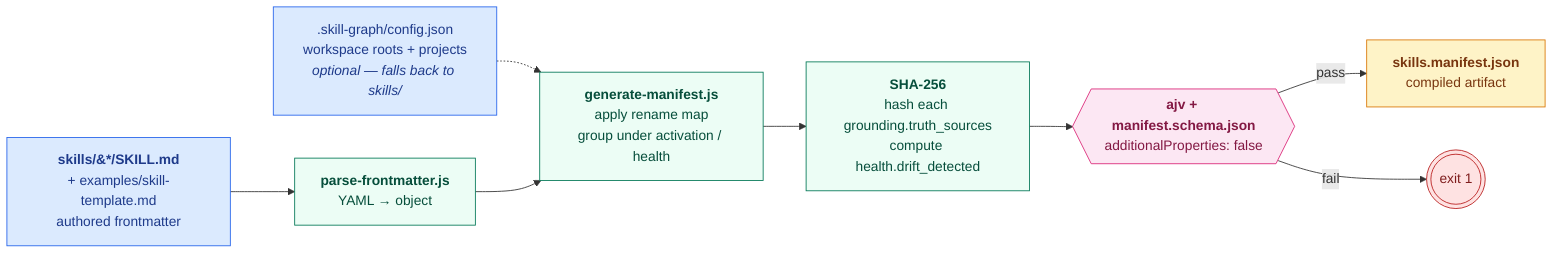
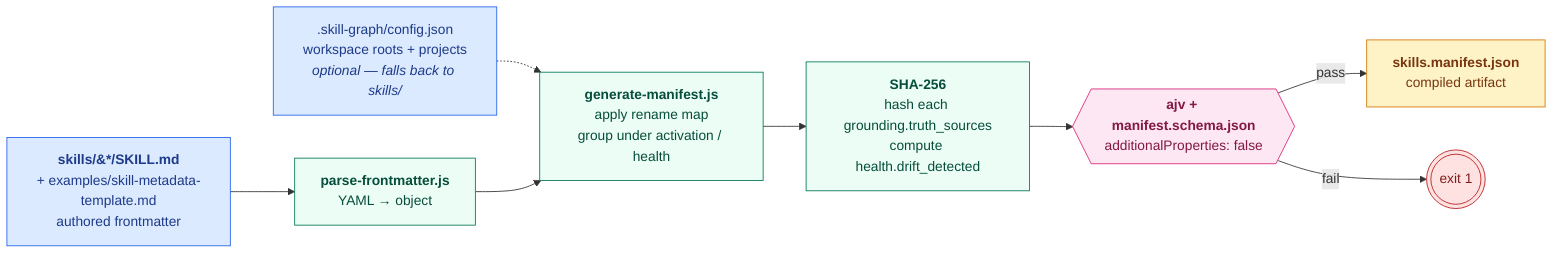
flowchart LR
-   Skills["<b>skills/&#42;/SKILL.md</b><br/>+ examples/skill-template.md<br/>authored frontmatter"]
+   Skills["<b>skills/&#42;/SKILL.md</b><br/>+ examples/skill-metadata-template.md<br/>authored frontmatter"]
  Config[".skill-graph/config.json<br/>workspace roots + projects<br/><i>optional — falls back to skills/</i>"]
  Parse["<b>parse-frontmatter.js</b><br/>YAML → object"]
  Rename["<b>generate-manifest.js</b><br/>apply rename map<br/>group under activation / health"]
  Hash["<b>SHA-256</b><br/>hash each grounding.truth_sources<br/>compute health.drift_detected"]
  Validate{{"<b>ajv + manifest.schema.json</b><br/>additionalProperties: false"}}
  Manifest["<b>skills.manifest.json</b><br/>compiled artifact"]

  Skills --> Parse
  Config -.-> Rename
  Parse --> Rename --> Hash --> Validate
  Validate -->|pass| Manifest
  Validate -->|fail| Error((("exit 1")))

  classDef input fill:#dbeafe,stroke:#2563eb,color:#1e3a8a
  classDef tool fill:#ecfdf5,stroke:#047857,color:#064e3b
  classDef gate fill:#fce7f3,stroke:#db2777,color:#831843
  classDef artifact fill:#fef3c7,stroke:#d97706,color:#78350f
  classDef err fill:#fee2e2,stroke:#b91c1c,color:#7f1d1d
  class Skills,Config input
  class Parse,Rename,Hash tool
  class Validate gate
  class Manifest artifact
  class Error err
